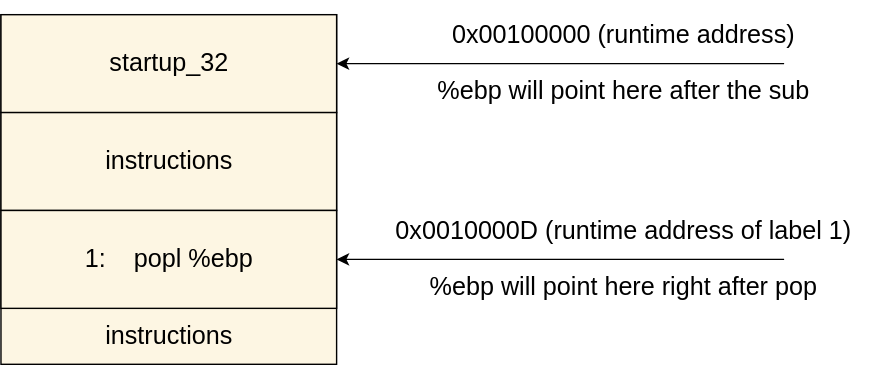
0xAX/linux-insides keeps this draw.io diagram as Booting/images/startup_32.svg. Above is the earlier version. Source tidied: cells renumbered, new cells last; positions are measured from the earlier drawing's top-left corner, leaving out a move shared by most shapes. The source it was exported from:
```xml
<mxGraphModel>
  <root>
    <mxCell id="0" />
    <mxCell id="1" parent="0" />
    <mxCell id="2" style="rounded=0;whiteSpace=wrap;html=1;fillColor=#FDF6E3;" parent="1" vertex="1">
      <mxGeometry width="240" height="250" as="geometry" />
    </mxCell>
    <mxCell id="3" style="rounded=0;whiteSpace=wrap;html=1;fillColor=#FDF6E3;" parent="1" vertex="1">
      <mxGeometry width="240" height="70" as="geometry" />
    </mxCell>
    <mxCell id="4" style="rounded=0;whiteSpace=wrap;html=1;fillColor=#FDF6E3;" parent="1" vertex="1">
      <mxGeometry y="70" width="240" height="70" as="geometry" />
    </mxCell>
    <mxCell id="5" style="rounded=0;whiteSpace=wrap;html=1;fillColor=#FDF6E3;" parent="1" vertex="1">
      <mxGeometry y="140" width="240" height="70" as="geometry" />
    </mxCell>
    <mxCell id="6" value="startup_32" style="text;align=center;verticalAlign=middle;rounded=0;html=0;fontSize=18;fontFamily=Helvetica;fontColor=#000000;" parent="1" vertex="1">
      <mxGeometry x="45" y="20" width="150" height="30" as="geometry" />
    </mxCell>
    <mxCell id="7" value="instructions" style="text;align=center;verticalAlign=middle;rounded=0;html=0;fontSize=18;fontFamily=Helvetica;fontColor=#000000;" parent="1" vertex="1">
      <mxGeometry x="45" y="90" width="150" height="30" as="geometry" />
    </mxCell>
    <mxCell id="8" value="1:    popl %ebp" style="text;align=center;verticalAlign=middle;rounded=0;html=0;fontSize=18;fontFamily=Helvetica;fontColor=#000000;" parent="1" vertex="1">
      <mxGeometry x="45" y="160" width="150" height="30" as="geometry" />
    </mxCell>
    <mxCell id="9" value="instructions" style="text;align=center;verticalAlign=middle;rounded=0;html=0;fontSize=18;fontFamily=Helvetica;fontColor=#000000;" parent="1" vertex="1">
      <mxGeometry x="45" y="215" width="150" height="30" as="geometry" />
    </mxCell>
    <mxCell id="10" style="endArrow=classic;html=1;rounded=0;entryX=1;entryY=0.5;entryDx=0;entryDy=0;" parent="1" edge="1" target="3">
      <mxGeometry relative="1" as="geometry">
        <mxPoint x="560" y="35" as="sourcePoint" />
      </mxGeometry>
    </mxCell>
    <mxCell id="11" style="endArrow=classic;html=1;rounded=0;entryX=1;entryY=0.5;entryDx=0;entryDy=0;" parent="1" edge="1" target="5">
      <mxGeometry relative="1" as="geometry">
        <mxPoint x="560" y="175" as="sourcePoint" />
      </mxGeometry>
    </mxCell>
    <mxCell id="12" value="0x00100000 (runtime address)" style="text;align=center;verticalAlign=middle;rounded=0;html=0;fontSize=18;fontFamily=Helvetica;fontColor=#000000;" parent="1" vertex="1">
      <mxGeometry x="270" width="350" height="30" as="geometry" />
    </mxCell>
    <mxCell id="13" value="%ebp will point here after the sub" style="text;align=center;verticalAlign=middle;rounded=0;html=0;fontSize=18;fontFamily=Helvetica;fontColor=#000000;" parent="1" vertex="1">
      <mxGeometry x="270" y="40" width="350" height="30" as="geometry" />
    </mxCell>
    <mxCell id="14" value="%ebp will point here right after pop" style="text;align=center;verticalAlign=middle;rounded=0;html=0;fontSize=18;fontFamily=Helvetica;fontColor=#000000;" parent="1" vertex="1">
      <mxGeometry x="270" y="180" width="350" height="30" as="geometry" />
    </mxCell>
    <mxCell id="15" value="0x0010000D (runtime address of label 1)" style="text;align=center;verticalAlign=middle;rounded=0;html=0;fontSize=18;fontFamily=Helvetica;fontColor=#000000;" parent="1" vertex="1">
      <mxGeometry x="270" y="140" width="350" height="30" as="geometry" />
    </mxCell>
  </root>
</mxGraphModel>
```
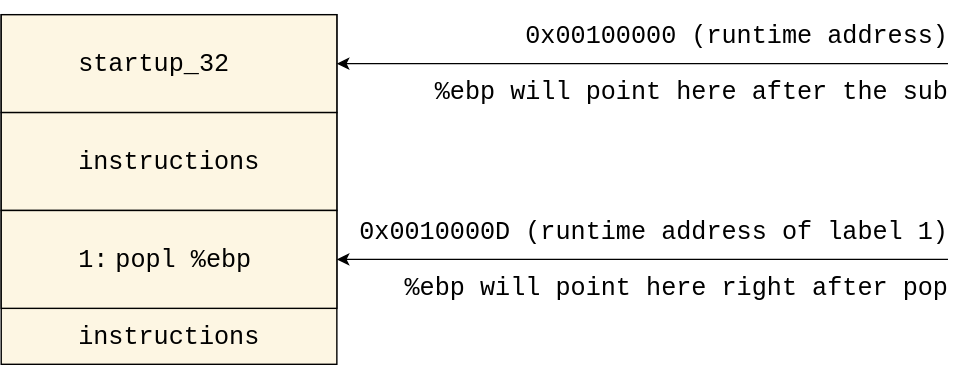
The same file after the commit.

Diff of the diagram source:
```diff
@@ -14,39 +14,39 @@
     <mxCell id="5" style="rounded=0;whiteSpace=wrap;html=1;fillColor=#FDF6E3;" parent="1" vertex="1">
       <mxGeometry y="140" width="240" height="70" as="geometry" />
     </mxCell>
-    <mxCell id="6" value="startup_32" style="text;align=center;verticalAlign=middle;rounded=0;html=0;fontSize=18;fontFamily=Helvetica;fontColor=#000000;" parent="1" vertex="1">
-      <mxGeometry x="45" y="20" width="150" height="30" as="geometry" />
+    <mxCell id="6" value="startup_32" style="text;align=left;verticalAlign=middle;rounded=0;html=0;fontSize=18;fontFamily=monospace;fontColor=#000000;" parent="1" vertex="1">
+      <mxGeometry x="53" y="20" width="150" height="30" as="geometry" />
     </mxCell>
-    <mxCell id="7" value="instructions" style="text;align=center;verticalAlign=middle;rounded=0;html=0;fontSize=18;fontFamily=Helvetica;fontColor=#000000;" parent="1" vertex="1">
-      <mxGeometry x="45" y="90" width="150" height="30" as="geometry" />
+    <mxCell id="7" value="instructions" style="text;align=left;verticalAlign=middle;rounded=0;html=0;fontSize=18;fontFamily=monospace;fontColor=#000000;" parent="1" vertex="1">
+      <mxGeometry x="53" y="90" width="150" height="30" as="geometry" />
     </mxCell>
-    <mxCell id="8" value="1:    popl %ebp" style="text;align=center;verticalAlign=middle;rounded=0;html=0;fontSize=18;fontFamily=Helvetica;fontColor=#000000;" parent="1" vertex="1">
-      <mxGeometry x="45" y="160" width="150" height="30" as="geometry" />
+    <mxCell id="8" value="1: popl %ebp" style="text;align=left;verticalAlign=middle;rounded=0;html=0;fontSize=18;fontFamily=monospace;fontColor=#000000;" parent="1" vertex="1">
+      <mxGeometry x="53" y="160" width="150" height="30" as="geometry" />
     </mxCell>
-    <mxCell id="9" value="instructions" style="text;align=center;verticalAlign=middle;rounded=0;html=0;fontSize=18;fontFamily=Helvetica;fontColor=#000000;" parent="1" vertex="1">
-      <mxGeometry x="45" y="215" width="150" height="30" as="geometry" />
+    <mxCell id="9" value="instructions" style="text;align=left;verticalAlign=middle;rounded=0;html=0;fontSize=18;fontFamily=monospace;fontColor=#000000;" parent="1" vertex="1">
+      <mxGeometry x="53" y="215" width="150" height="30" as="geometry" />
     </mxCell>
     <mxCell id="10" style="endArrow=classic;html=1;rounded=0;entryX=1;entryY=0.5;entryDx=0;entryDy=0;" parent="1" edge="1" target="3">
       <mxGeometry relative="1" as="geometry">
-        <mxPoint x="560" y="35" as="sourcePoint" />
+        <mxPoint x="677" y="35" as="sourcePoint" />
       </mxGeometry>
     </mxCell>
     <mxCell id="11" style="endArrow=classic;html=1;rounded=0;entryX=1;entryY=0.5;entryDx=0;entryDy=0;" parent="1" edge="1" target="5">
       <mxGeometry relative="1" as="geometry">
-        <mxPoint x="560" y="175" as="sourcePoint" />
+        <mxPoint x="677" y="175" as="sourcePoint" />
       </mxGeometry>
     </mxCell>
-    <mxCell id="12" value="0x00100000 (runtime address)" style="text;align=center;verticalAlign=middle;rounded=0;html=0;fontSize=18;fontFamily=Helvetica;fontColor=#000000;" parent="1" vertex="1">
-      <mxGeometry x="270" width="350" height="30" as="geometry" />
+    <mxCell id="12" value="0x00100000 (runtime address)" style="text;align=right;verticalAlign=middle;rounded=0;html=0;fontSize=18;fontFamily=monospace;fontColor=#000000;" parent="1" vertex="1">
+      <mxGeometry x="249" width="430" height="30" as="geometry" />
     </mxCell>
-    <mxCell id="13" value="%ebp will point here after the sub" style="text;align=center;verticalAlign=middle;rounded=0;html=0;fontSize=18;fontFamily=Helvetica;fontColor=#000000;" parent="1" vertex="1">
-      <mxGeometry x="270" y="40" width="350" height="30" as="geometry" />
+    <mxCell id="13" value="%ebp will point here after the sub" style="text;align=right;verticalAlign=middle;rounded=0;html=0;fontSize=18;fontFamily=monospace;fontColor=#000000;" parent="1" vertex="1">
+      <mxGeometry x="249" y="40" width="430" height="30" as="geometry" />
     </mxCell>
-    <mxCell id="14" value="%ebp will point here right after pop" style="text;align=center;verticalAlign=middle;rounded=0;html=0;fontSize=18;fontFamily=Helvetica;fontColor=#000000;" parent="1" vertex="1">
-      <mxGeometry x="270" y="180" width="350" height="30" as="geometry" />
+    <mxCell id="14" value="%ebp will point here right after pop" style="text;align=right;verticalAlign=middle;rounded=0;html=0;fontSize=18;fontFamily=monospace;fontColor=#000000;" parent="1" vertex="1">
+      <mxGeometry x="249" y="180" width="430" height="30" as="geometry" />
     </mxCell>
-    <mxCell id="15" value="0x0010000D (runtime address of label 1)" style="text;align=center;verticalAlign=middle;rounded=0;html=0;fontSize=18;fontFamily=Helvetica;fontColor=#000000;" parent="1" vertex="1">
-      <mxGeometry x="270" y="140" width="350" height="30" as="geometry" />
+    <mxCell id="15" value="0x0010000D (runtime address of label 1)" style="text;align=right;verticalAlign=middle;rounded=0;html=0;fontSize=18;fontFamily=monospace;fontColor=#000000;" parent="1" vertex="1">
+      <mxGeometry x="249" y="140" width="430" height="30" as="geometry" />
     </mxCell>
   </root>
 </mxGraphModel>
```
